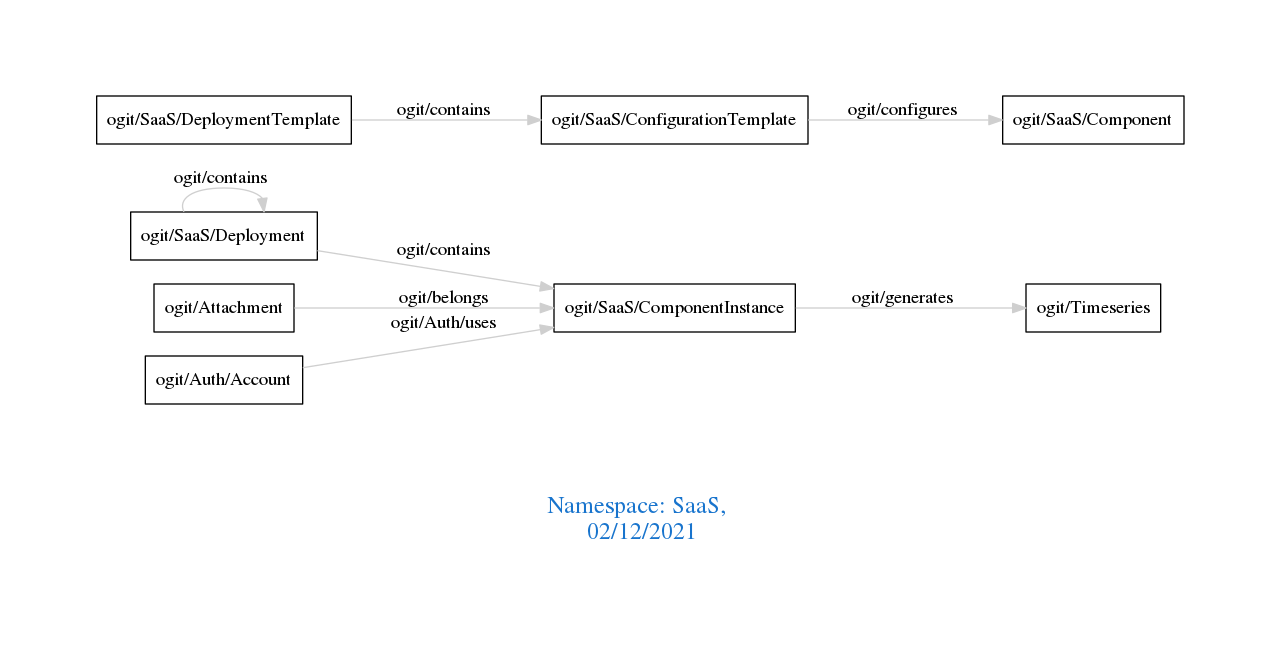
Above: downloads/SaaS.png in arago/OGIT (Graphviz), before the change. Its source is kept beside it as downloads/SaaS.dot.
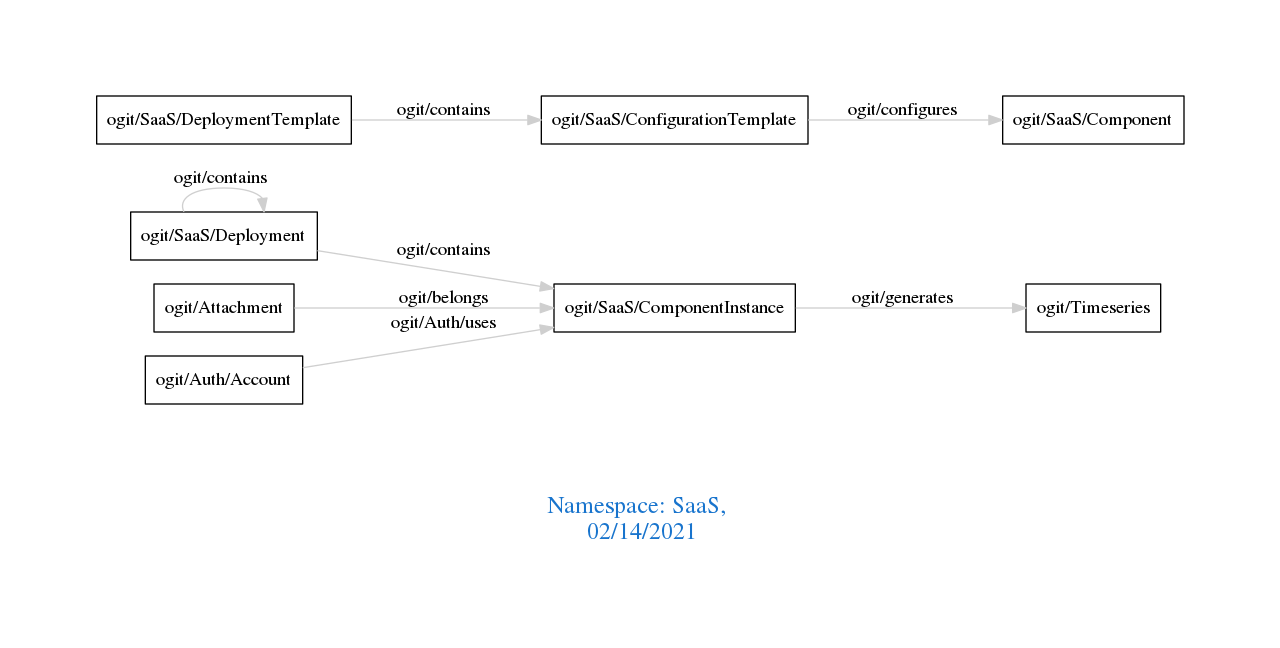
After the change.

The edit, as a diff of the source:
```diff
@@ -1,7 +1,7 @@
 digraph OGIT_ontology {
  graph [ rankdir= LR,pad=1
 fontsize = 18,
-fontcolor= dodgerblue3,label = "\n\n\nNamespace: SaaS, \n 02/12/2021"];
+fontcolor= dodgerblue3,label = "\n\n\nNamespace: SaaS, \n 02/14/2021"];
 node[shape=polygon];
 edge [  color="gray81"];
 
```
